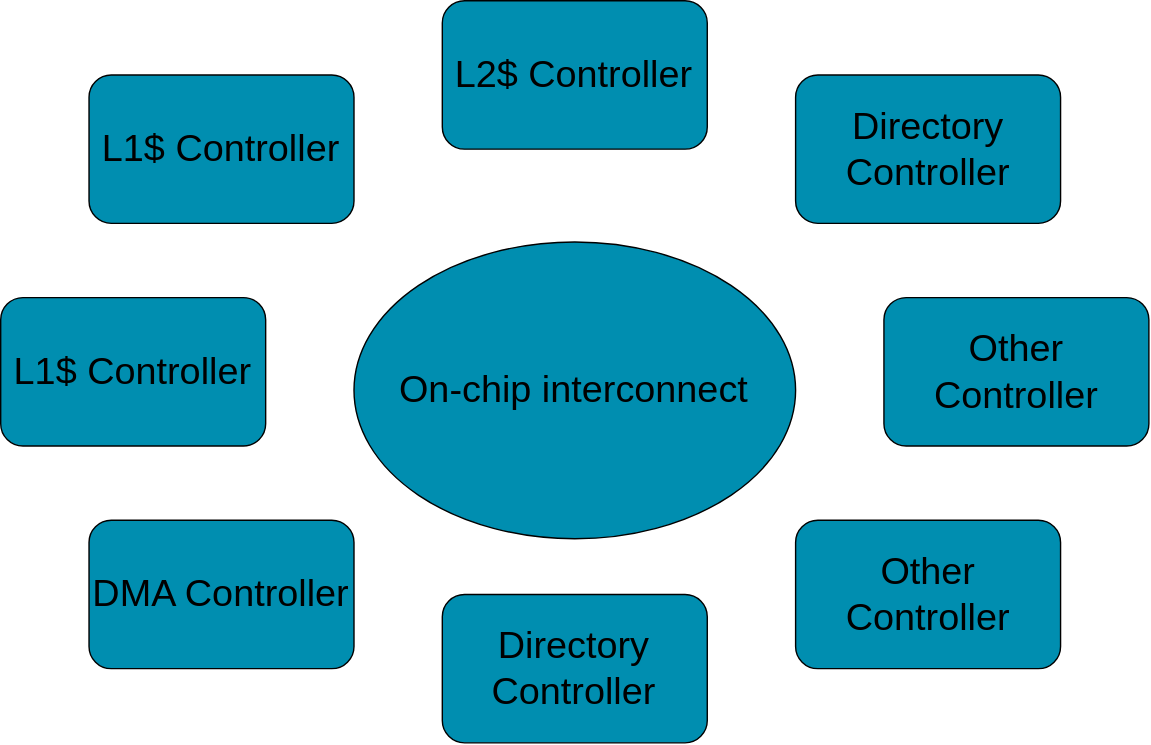
This is slides/02-Using-gem5/05-cache-hierarchies/ruby.drawio.svg from gem5bootcamp/lps2024, a draw.io export, as it was before one commit. Source tidied: cells renumbered, new cells last; positions are measured from the earlier drawing's top-left corner, leaving out a move shared by most shapes. Its diagram source:
```xml
<mxGraphModel>
  <root>
    <mxCell id="0" />
    <mxCell id="1" parent="0" />
    <mxCell id="2" style="group;fontSize=27;" parent="1" vertex="1">
      <mxGeometry width="820" height="530" as="geometry" />
    </mxCell>
    <mxCell id="3" value="&lt;font style=&quot;font-size: 27px;&quot; color=&quot;#000000&quot;&gt;On-chip interconnect&lt;/font&gt;" style="ellipse;whiteSpace=wrap;html=1;fillColor=#008EB0;fontSize=27;" parent="2" vertex="1">
      <mxGeometry x="252.3" y="172.2" width="315.4" height="212" as="geometry" />
    </mxCell>
    <mxCell id="4" value="&lt;font style=&quot;font-size: 27px;&quot;&gt;L1$ Controller&lt;/font&gt;" style="rounded=1;whiteSpace=wrap;html=1;fontSize=27;fontColor=#000000;fillColor=#008EB0;" parent="2" vertex="1">
      <mxGeometry x="63.1" y="53" width="189.2" height="106" as="geometry" />
    </mxCell>
    <mxCell id="5" value="L2$ Controller" style="rounded=1;whiteSpace=wrap;html=1;fontSize=27;fontColor=#000000;fillColor=#008EB0;" parent="2" vertex="1">
      <mxGeometry x="315.4" width="189.2" height="106" as="geometry" />
    </mxCell>
    <mxCell id="6" value="L1$ Controller" style="rounded=1;whiteSpace=wrap;html=1;fontSize=27;fontColor=#000000;fillColor=#008EB0;" parent="2" vertex="1">
      <mxGeometry y="212" width="189.2" height="106" as="geometry" />
    </mxCell>
    <mxCell id="7" value="DMA Controller" style="rounded=1;whiteSpace=wrap;html=1;fontSize=27;fontColor=#000000;fillColor=#008EB0;" parent="2" vertex="1">
      <mxGeometry x="63.1" y="371" width="189.2" height="106" as="geometry" />
    </mxCell>
    <mxCell id="8" value="Directory Controller" style="rounded=1;whiteSpace=wrap;html=1;fontSize=27;fontColor=#000000;fillColor=#008EB0;" parent="2" vertex="1">
      <mxGeometry x="315.4" y="424" width="189.2" height="106" as="geometry" />
    </mxCell>
    <mxCell id="9" value="Other Controller" style="rounded=1;whiteSpace=wrap;html=1;fontSize=27;fontColor=#000000;fillColor=#008EB0;" parent="2" vertex="1">
      <mxGeometry x="567.7" y="371" width="189.2" height="106" as="geometry" />
    </mxCell>
    <mxCell id="10" value="Directory Controller" style="rounded=1;whiteSpace=wrap;html=1;fontSize=27;fontColor=#000000;fillColor=#008EB0;" parent="2" vertex="1">
      <mxGeometry x="567.7" y="53" width="189.2" height="106" as="geometry" />
    </mxCell>
    <mxCell id="11" value="Other Controller" style="rounded=1;whiteSpace=wrap;html=1;fontSize=27;fontColor=#000000;fillColor=#008EB0;" parent="2" vertex="1">
      <mxGeometry x="630.8" y="212" width="189.2" height="106" as="geometry" />
    </mxCell>
  </root>
</mxGraphModel>
```
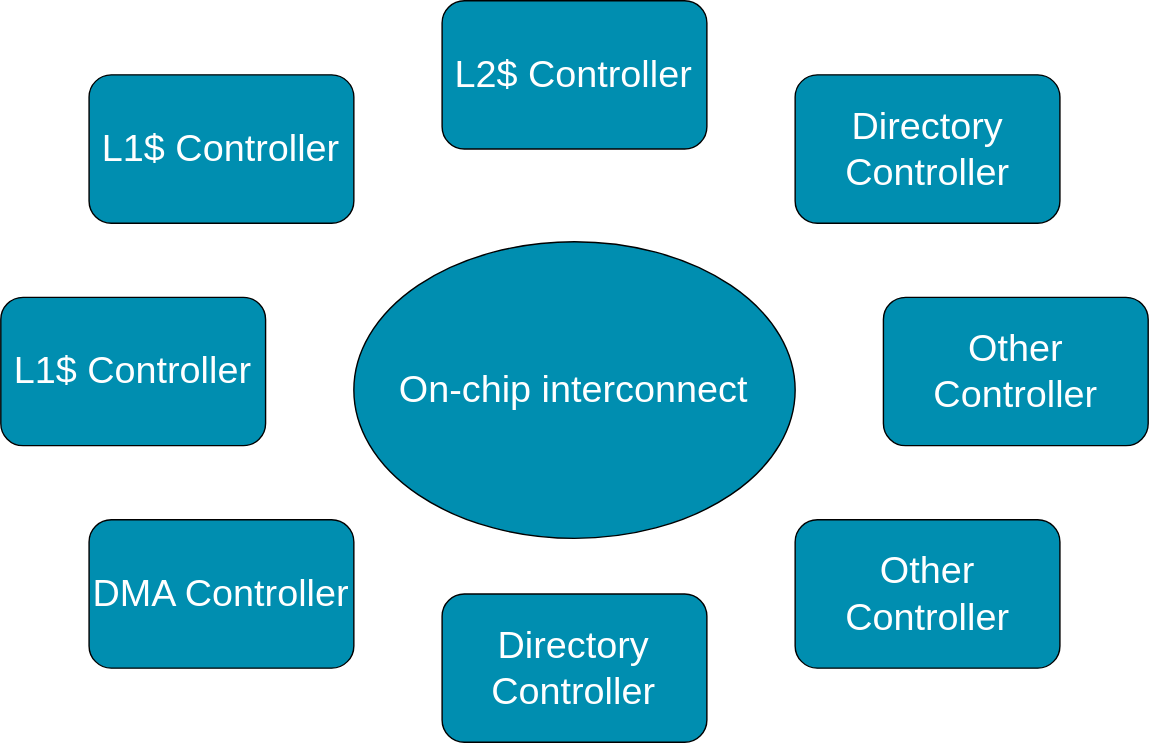
After the change.

What changed in the source:
```diff
@@ -2,34 +2,34 @@
   <root>
     <mxCell id="0" />
     <mxCell id="1" parent="0" />
-    <mxCell id="2" style="group;fontSize=27;" parent="1" vertex="1">
+    <mxCell id="2" style="group;fontSize=27;fontColor=#FFFFFF;" parent="1" vertex="1">
       <mxGeometry width="820" height="530" as="geometry" />
     </mxCell>
-    <mxCell id="3" value="&lt;font style=&quot;font-size: 27px;&quot; color=&quot;#000000&quot;&gt;On-chip interconnect&lt;/font&gt;" style="ellipse;whiteSpace=wrap;html=1;fillColor=#008EB0;fontSize=27;" parent="2" vertex="1">
+    <mxCell id="3" value="&lt;font style=&quot;font-size: 27px;&quot;&gt;On-chip interconnect&lt;/font&gt;" style="ellipse;whiteSpace=wrap;html=1;fillColor=#008EB0;fontSize=27;fontColor=#FFFFFF;" parent="2" vertex="1">
       <mxGeometry x="252.3" y="172.2" width="315.4" height="212" as="geometry" />
     </mxCell>
-    <mxCell id="4" value="&lt;font style=&quot;font-size: 27px;&quot;&gt;L1$ Controller&lt;/font&gt;" style="rounded=1;whiteSpace=wrap;html=1;fontSize=27;fontColor=#000000;fillColor=#008EB0;" parent="2" vertex="1">
+    <mxCell id="4" value="&lt;font style=&quot;font-size: 27px;&quot;&gt;L1$ Controller&lt;/font&gt;" style="rounded=1;whiteSpace=wrap;html=1;fontSize=27;fontColor=#FFFFFF;fillColor=#008EB0;" parent="2" vertex="1">
       <mxGeometry x="63.1" y="53" width="189.2" height="106" as="geometry" />
     </mxCell>
-    <mxCell id="5" value="L2$ Controller" style="rounded=1;whiteSpace=wrap;html=1;fontSize=27;fontColor=#000000;fillColor=#008EB0;" parent="2" vertex="1">
+    <mxCell id="5" value="L2$ Controller" style="rounded=1;whiteSpace=wrap;html=1;fontSize=27;fontColor=#FFFFFF;fillColor=#008EB0;" parent="2" vertex="1">
       <mxGeometry x="315.4" width="189.2" height="106" as="geometry" />
     </mxCell>
-    <mxCell id="6" value="L1$ Controller" style="rounded=1;whiteSpace=wrap;html=1;fontSize=27;fontColor=#000000;fillColor=#008EB0;" parent="2" vertex="1">
+    <mxCell id="6" value="L1$ Controller" style="rounded=1;whiteSpace=wrap;html=1;fontSize=27;fontColor=#FFFFFF;fillColor=#008EB0;" parent="2" vertex="1">
       <mxGeometry y="212" width="189.2" height="106" as="geometry" />
     </mxCell>
-    <mxCell id="7" value="DMA Controller" style="rounded=1;whiteSpace=wrap;html=1;fontSize=27;fontColor=#000000;fillColor=#008EB0;" parent="2" vertex="1">
+    <mxCell id="7" value="DMA Controller" style="rounded=1;whiteSpace=wrap;html=1;fontSize=27;fontColor=#FFFFFF;fillColor=#008EB0;" parent="2" vertex="1">
       <mxGeometry x="63.1" y="371" width="189.2" height="106" as="geometry" />
     </mxCell>
-    <mxCell id="8" value="Directory Controller" style="rounded=1;whiteSpace=wrap;html=1;fontSize=27;fontColor=#000000;fillColor=#008EB0;" parent="2" vertex="1">
+    <mxCell id="8" value="Directory Controller" style="rounded=1;whiteSpace=wrap;html=1;fontSize=27;fontColor=#FFFFFF;fillColor=#008EB0;" parent="2" vertex="1">
       <mxGeometry x="315.4" y="424" width="189.2" height="106" as="geometry" />
     </mxCell>
-    <mxCell id="9" value="Other Controller" style="rounded=1;whiteSpace=wrap;html=1;fontSize=27;fontColor=#000000;fillColor=#008EB0;" parent="2" vertex="1">
+    <mxCell id="9" value="Other Controller" style="rounded=1;whiteSpace=wrap;html=1;fontSize=27;fontColor=#FFFFFF;fillColor=#008EB0;" parent="2" vertex="1">
       <mxGeometry x="567.7" y="371" width="189.2" height="106" as="geometry" />
     </mxCell>
-    <mxCell id="10" value="Directory Controller" style="rounded=1;whiteSpace=wrap;html=1;fontSize=27;fontColor=#000000;fillColor=#008EB0;" parent="2" vertex="1">
+    <mxCell id="10" value="Directory Controller" style="rounded=1;whiteSpace=wrap;html=1;fontSize=27;fontColor=#FFFFFF;fillColor=#008EB0;" parent="2" vertex="1">
       <mxGeometry x="567.7" y="53" width="189.2" height="106" as="geometry" />
     </mxCell>
-    <mxCell id="11" value="Other Controller" style="rounded=1;whiteSpace=wrap;html=1;fontSize=27;fontColor=#000000;fillColor=#008EB0;" parent="2" vertex="1">
+    <mxCell id="11" value="Other Controller" style="rounded=1;whiteSpace=wrap;html=1;fontSize=27;fontColor=#FFFFFF;fillColor=#008EB0;" parent="2" vertex="1">
       <mxGeometry x="630.8" y="212" width="189.2" height="106" as="geometry" />
     </mxCell>
   </root>
```
